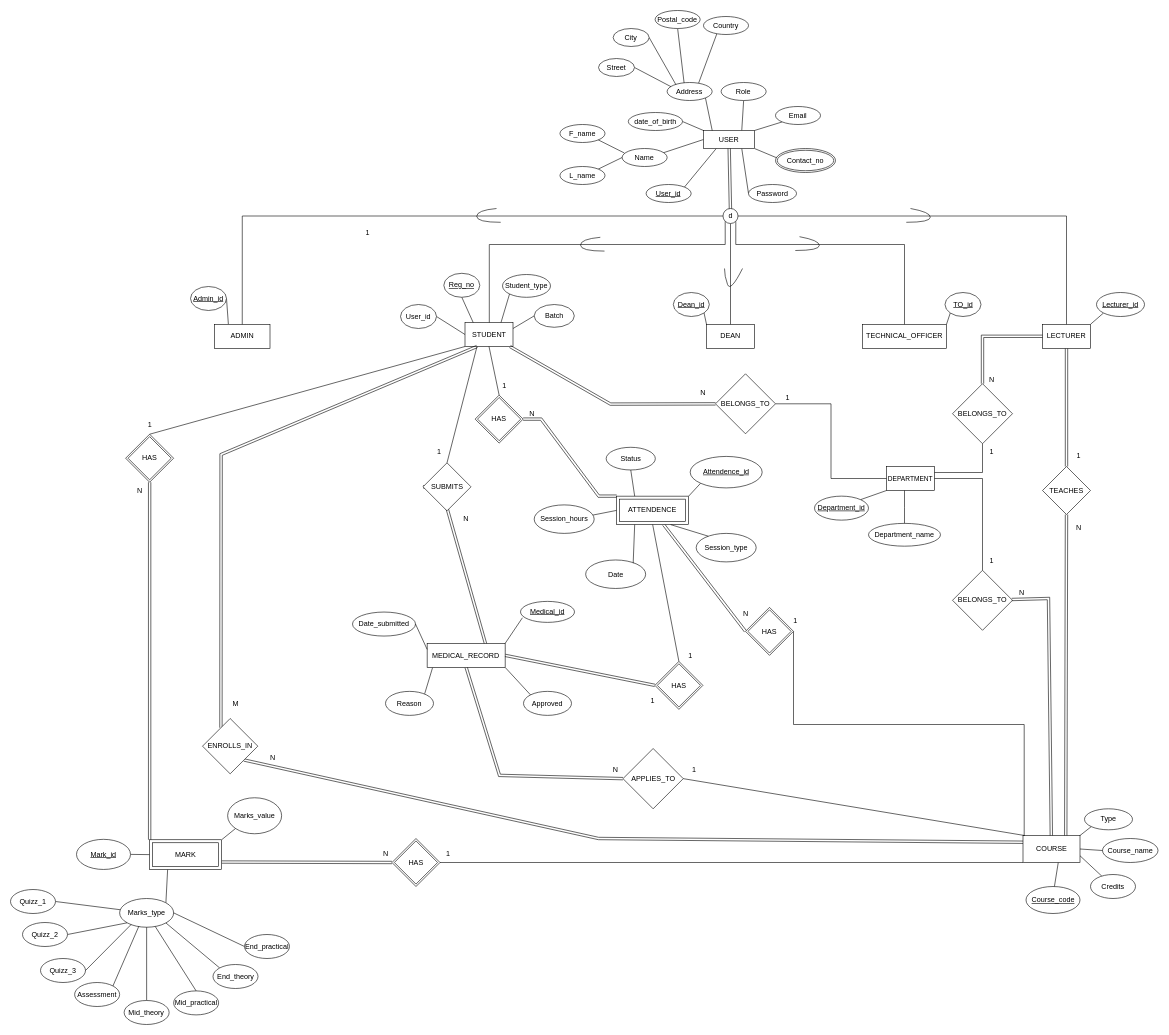
Earlier version of the draw.io diagram page "Page-3" (2 of 2) of Updated EER and Mapping/EER and Mapping.drawio (dilusharadeeshan/Student-Management-System). Source tidied: cells renumbered, new cells numbered last; positions are measured from the earlier drawing's top-left corner, leaving out a move shared by most shapes. Both pictures are drawn from the tidied source at 60%, with x=0, y=0 at pixel (10, 10).
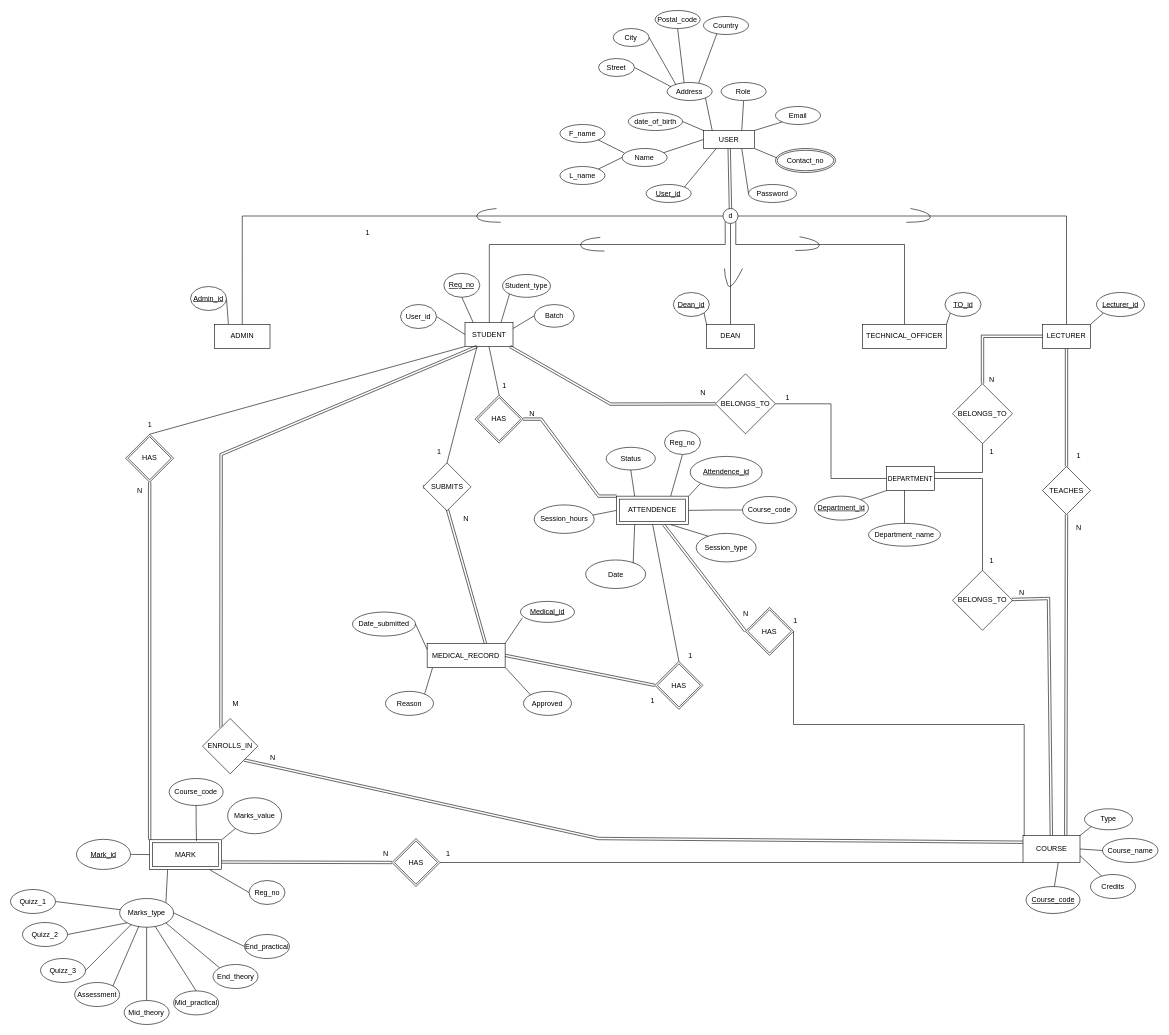
After the change.

Unchanged cells that the change refers to:
```xml
<mxCell id="41" value="ATTENDENCE" style="shape=ext;margin=3;double=1;whiteSpace=wrap;html=1;align=center;" parent="1" vertex="1">
  <mxGeometry x="1010.3" y="809.4" width="120" height="47.5" as="geometry" />
</mxCell>
<mxCell id="45" value="MARK" style="shape=ext;margin=3;double=1;whiteSpace=wrap;html=1;align=center;" parent="1" vertex="1">
  <mxGeometry x="231.9" y="1382.1" width="120" height="49.5" as="geometry" />
</mxCell>
<mxCell id="48" value="MEDICAL_RECORD" style="rounded=0;whiteSpace=wrap;html=1;strokeColor=default;strokeWidth=1;" parent="1" vertex="1">
  <mxGeometry x="694.4" y="1054.8" width="130" height="40" as="geometry" />
</mxCell>
```

Change to the diagram source:
```diff
@@
-    <mxCell id="34" style="rounded=0;jettySize=auto;html=1;exitX=0;exitY=0.5;exitDx=0;exitDy=0;entryX=0.5;entryY=1;entryDx=0;entryDy=0;endArrow=none;startFill=0;strokeColor=default;strokeWidth=1;shape=link;" parent="1" edge="1" source="75" target="48">
-      <mxGeometry relative="1" as="geometry">
-        <Array as="points">
-          <mxPoint x="815" y="1274.8" />
-        </Array>
-      </mxGeometry>
-    </mxCell>
@@
-    <mxCell id="74" style="rounded=0;jettySize=auto;html=1;entryX=1;entryY=0.5;entryDx=0;entryDy=0;endArrow=none;startFill=0;strokeColor=default;strokeWidth=1;" parent="1" edge="1" target="75">
-      <mxGeometry relative="1" as="geometry">
-        <mxPoint x="1690" y="1375" as="sourcePoint" />
-      </mxGeometry>
-    </mxCell>
-    <mxCell id="75" value="APPLIES_TO" style="rhombus;whiteSpace=wrap;html=1;strokeColor=default;strokeWidth=1;" parent="1" vertex="1">
-      <mxGeometry x="1020.8" y="1230" width="100.5" height="100.5" as="geometry" />
-    </mxCell>
@@
-    <mxCell id="126" value="1" style="text;html=1;align=center;verticalAlign=middle;strokeColor=none;fillColor=none;" parent="1" vertex="1">
-      <mxGeometry x="1124" y="1250" width="30" height="30" as="geometry" />
-    </mxCell>
-    <mxCell id="127" value="N" style="text;html=1;align=center;verticalAlign=middle;strokeColor=none;fillColor=none;" parent="1" vertex="1">
-      <mxGeometry x="992.8" y="1250" width="30" height="30" as="geometry" />
-    </mxCell>
@@
+    <mxCell id="182" style="edgeStyle=orthogonalEdgeStyle;rounded=0;jettySize=auto;html=1;exitX=0;exitY=0.5;exitDx=0;exitDy=0;endArrow=none;endFill=0;" parent="1" edge="1" source="183" target="41">
+      <mxGeometry relative="1" as="geometry" />
+    </mxCell>
+    <mxCell id="183" value="Course_code" style="ellipse;whiteSpace=wrap;html=1;strokeColor=default;strokeWidth=1;" parent="1" vertex="1">
+      <mxGeometry x="1220" y="810" width="90" height="45" as="geometry" />
+    </mxCell>
+    <mxCell id="184" style="rounded=0;jettySize=auto;html=1;exitX=0.5;exitY=1;exitDx=0;exitDy=0;entryX=0.75;entryY=0;entryDx=0;entryDy=0;endArrow=none;endFill=0;" parent="1" edge="1" source="185" target="41">
+      <mxGeometry relative="1" as="geometry" />
+    </mxCell>
+    <mxCell id="185" value="Reg_no" style="ellipse;whiteSpace=wrap;html=1;strokeColor=default;strokeWidth=1;" parent="1" vertex="1">
+      <mxGeometry x="1090" y="700" width="60" height="40" as="geometry" />
+    </mxCell>
+    <mxCell id="186" value="Course_code" style="ellipse;whiteSpace=wrap;html=1;strokeColor=default;strokeWidth=1;" parent="1" vertex="1">
+      <mxGeometry x="264.4" y="1280" width="90" height="45" as="geometry" />
+    </mxCell>
+    <mxCell id="187" value="Reg_no" style="ellipse;whiteSpace=wrap;html=1;strokeColor=default;strokeWidth=1;" parent="1" vertex="1">
+      <mxGeometry x="397.5" y="1450" width="60" height="40" as="geometry" />
+    </mxCell>
+    <mxCell id="188" style="edgeStyle=orthogonalEdgeStyle;rounded=0;jettySize=auto;html=1;exitX=0.5;exitY=1;exitDx=0;exitDy=0;entryX=0.651;entryY=0.038;entryDx=0;entryDy=0;entryPerimeter=0;endArrow=none;endFill=0;" parent="1" edge="1" source="186" target="45">
+      <mxGeometry relative="1" as="geometry" />
+    </mxCell>
+    <mxCell id="189" style="rounded=0;jettySize=auto;html=1;exitX=0;exitY=0.5;exitDx=0;exitDy=0;entryX=0.834;entryY=1.008;entryDx=0;entryDy=0;entryPerimeter=0;endArrow=none;endFill=0;" parent="1" edge="1" source="187" target="45">
+      <mxGeometry relative="1" as="geometry" />
+    </mxCell>
```
